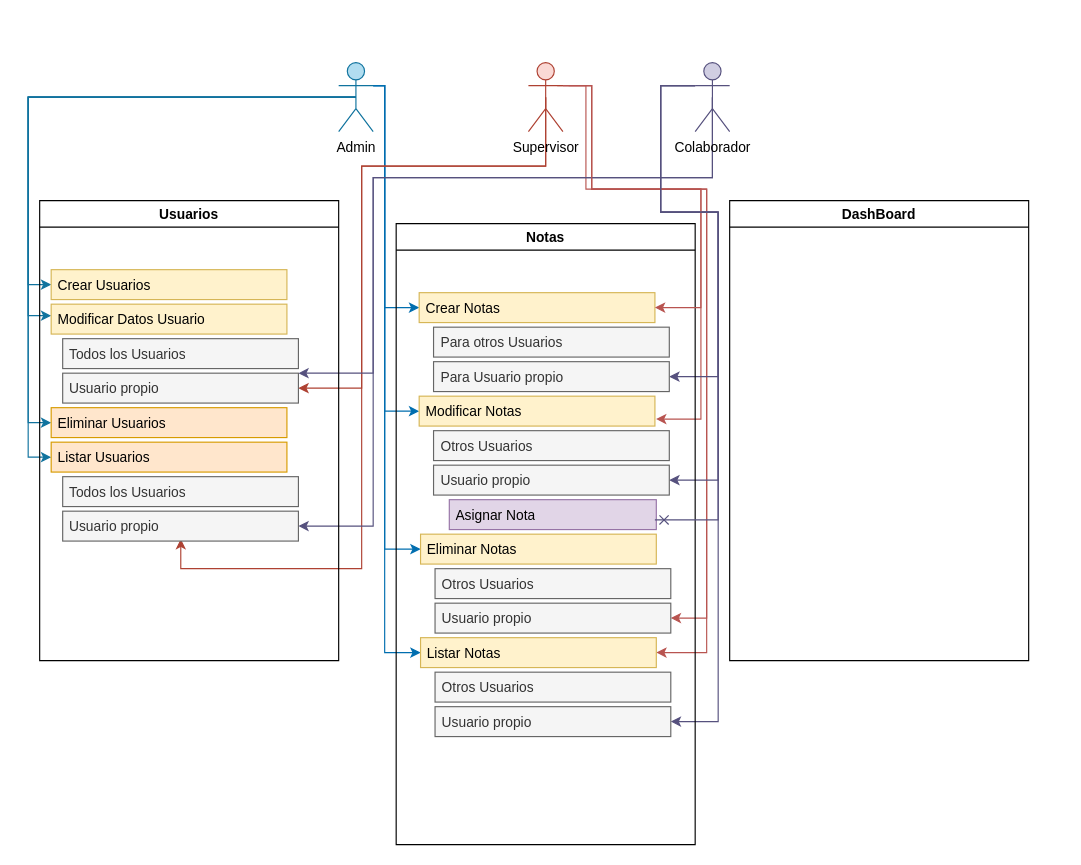
Before: config/todoApp++.drawio in DANIELNAHUN/todo-app-, a draw.io diagram. Source tidied: cells renumbered, new cells numbered last; positions are measured from the earlier drawing's top-left corner, leaving out a move shared by most shapes. Both pictures are drawn from the tidied source at 115%, with x=0, y=0 at pixel (28, 62).
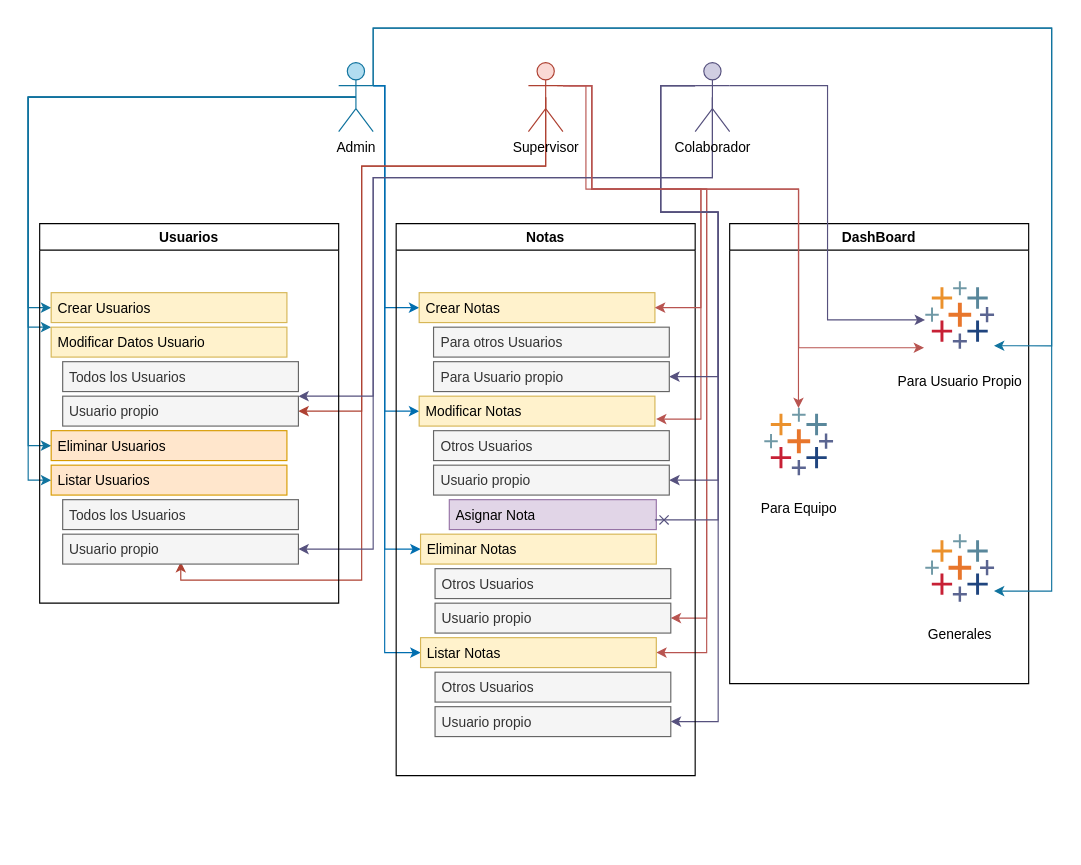
After the change.

Commit message:
Modulo DashBoard todos Usuarios

Unchanged cells that the change refers to:
```xml
<mxCell id="10" value="Admin" style="shape=umlActor;verticalLabelPosition=bottom;verticalAlign=top;html=1;outlineConnect=0;fillColor=#b1ddf0;strokeColor=#10739e;" parent="1" vertex="1">
  <mxGeometry x="270" width="30" height="60" as="geometry" />
</mxCell>
<mxCell id="16" value="Supervisor" style="shape=umlActor;verticalLabelPosition=bottom;verticalAlign=top;html=1;outlineConnect=0;fillColor=#fad9d5;strokeColor=#ae4132;" parent="1" vertex="1">
  <mxGeometry x="435" width="30" height="60" as="geometry" />
</mxCell>
<mxCell id="22" value="Colaborador" style="shape=umlActor;verticalLabelPosition=bottom;verticalAlign=top;html=1;outlineConnect=0;fillColor=#d0cee2;strokeColor=#56517e;" parent="1" vertex="1">
  <mxGeometry x="580" width="30" height="60" as="geometry" />
</mxCell>
<mxCell id="24" value="Crear Usuarios" style="text;strokeColor=#d6b656;fillColor=#fff2cc;align=left;verticalAlign=top;spacingLeft=4;spacingRight=4;overflow=hidden;points=[[0,0.5],[1,0.5]];portConstraint=eastwest;whiteSpace=wrap;html=1;" parent="23" vertex="1">
  <mxGeometry x="10" y="60" width="205" height="26" as="geometry" />
</mxCell>
<mxCell id="25" value="Modificar Datos Usuario" style="text;align=left;verticalAlign=top;spacingLeft=4;spacingRight=4;overflow=hidden;points=[[0,0.5],[1,0.5]];portConstraint=eastwest;whiteSpace=wrap;html=1;fillColor=#fff2cc;strokeColor=#d6b656;" parent="23" vertex="1">
  <mxGeometry x="10" y="90" width="205" height="26" as="geometry" />
</mxCell>
<mxCell id="26" value="Eliminar Usuarios" style="text;strokeColor=#d79b00;fillColor=#ffe6cc;align=left;verticalAlign=top;spacingLeft=4;spacingRight=4;overflow=hidden;points=[[0,0.5],[1,0.5]];portConstraint=eastwest;whiteSpace=wrap;html=1;" parent="23" vertex="1">
  <mxGeometry x="10" y="180" width="205" height="26" as="geometry" />
</mxCell>
<mxCell id="27" value="Listar Usuarios" style="text;strokeColor=#d79b00;fillColor=#ffe6cc;align=left;verticalAlign=top;spacingLeft=4;spacingRight=4;overflow=hidden;points=[[0,0.5],[1,0.5]];portConstraint=eastwest;whiteSpace=wrap;html=1;" parent="23" vertex="1">
  <mxGeometry x="10" y="210" width="205" height="26" as="geometry" />
</mxCell>
<mxCell id="29" value="Usuario propio" style="text;strokeColor=#666666;fillColor=#f5f5f5;align=left;verticalAlign=top;spacingLeft=4;spacingRight=4;overflow=hidden;points=[[0,0.5],[1,0.5]];portConstraint=eastwest;whiteSpace=wrap;html=1;fontColor=#333333;" parent="23" vertex="1">
  <mxGeometry x="20" y="150" width="205" height="26" as="geometry" />
</mxCell>
<mxCell id="31" value="Usuario propio" style="text;strokeColor=#666666;fillColor=#f5f5f5;align=left;verticalAlign=top;spacingLeft=4;spacingRight=4;overflow=hidden;points=[[0,0.5],[1,0.5]];portConstraint=eastwest;whiteSpace=wrap;html=1;fontColor=#333333;" parent="23" vertex="1">
  <mxGeometry x="20" y="270" width="205" height="26" as="geometry" />
</mxCell>
```

Change to the diagram source:
```diff
@@
     <mxCell id="2" style="edgeStyle=orthogonalEdgeStyle;rounded=0;jettySize=auto;html=1;exitX=0.5;exitY=0.5;exitDx=0;exitDy=0;exitPerimeter=0;entryX=0;entryY=0.5;entryDx=0;entryDy=0;fillColor=#b1ddf0;strokeColor=#10739e;" parent="1" edge="1" source="10" target="24">
       <mxGeometry relative="1" as="geometry">
         <Array as="points">
           <mxPoint y="30" />
-          <mxPoint y="193" />
+          <mxPoint y="213" />
         </Array>
       </mxGeometry>
     </mxCell>
     <mxCell id="3" style="edgeStyle=orthogonalEdgeStyle;rounded=0;jettySize=auto;html=1;exitX=0.5;exitY=0.5;exitDx=0;exitDy=0;exitPerimeter=0;fillColor=#b1ddf0;strokeColor=#10739e;" parent="1" edge="1" source="10" target="25">
       <mxGeometry relative="1" as="geometry">
         <Array as="points">
           <mxPoint y="30" />
-          <mxPoint y="220" />
+          <mxPoint y="230" />
         </Array>
       </mxGeometry>
     </mxCell>
     <mxCell id="4" style="edgeStyle=orthogonalEdgeStyle;rounded=0;jettySize=auto;html=1;exitX=0.5;exitY=0.5;exitDx=0;exitDy=0;exitPerimeter=0;entryX=0;entryY=0.5;entryDx=0;entryDy=0;fillColor=#b1ddf0;strokeColor=#10739e;" parent="1" edge="1" source="10" target="26">
       <mxGeometry relative="1" as="geometry">
         <Array as="points">
           <mxPoint y="30" />
-          <mxPoint y="313" />
+          <mxPoint y="333" />
         </Array>
       </mxGeometry>
     </mxCell>
     <mxCell id="5" style="edgeStyle=orthogonalEdgeStyle;rounded=0;jettySize=auto;html=1;exitX=0.5;exitY=0.5;exitDx=0;exitDy=0;exitPerimeter=0;fillColor=#b1ddf0;strokeColor=#10739e;entryX=0;entryY=0.5;entryDx=0;entryDy=0;" parent="1" edge="1" source="10" target="27">
       <mxGeometry relative="1" as="geometry">
         <Array as="points">
           <mxPoint y="30" />
-          <mxPoint y="343" />
+          <mxPoint y="363" />
         </Array>
       </mxGeometry>
     </mxCell>
@@
     <mxCell id="11" style="edgeStyle=orthogonalEdgeStyle;rounded=0;jettySize=auto;html=1;exitX=0.5;exitY=0.5;exitDx=0;exitDy=0;exitPerimeter=0;entryX=1;entryY=0.5;entryDx=0;entryDy=0;fillColor=#fad9d5;strokeColor=#ae4132;" parent="1" edge="1" source="16" target="29">
       <mxGeometry relative="1" as="geometry">
         <Array as="points">
           <mxPoint x="450" y="90" />
           <mxPoint x="290" y="90" />
-          <mxPoint x="290" y="283" />
+          <mxPoint x="290" y="303" />
         </Array>
       </mxGeometry>
     </mxCell>
     <mxCell id="12" style="edgeStyle=orthogonalEdgeStyle;rounded=0;jettySize=auto;html=1;exitX=0.5;exitY=0.5;exitDx=0;exitDy=0;exitPerimeter=0;fillColor=#fad9d5;strokeColor=#ae4132;entryX=0.501;entryY=0.931;entryDx=0;entryDy=0;entryPerimeter=0;" parent="1" edge="1" source="16" target="31">
       <mxGeometry relative="1" as="geometry">
         <Array as="points">
           <mxPoint x="450" y="90" />
           <mxPoint x="290" y="90" />
-          <mxPoint x="290" y="440" />
-          <mxPoint x="133" y="440" />
+          <mxPoint x="290" y="450" />
+          <mxPoint x="133" y="450" />
         </Array>
       </mxGeometry>
     </mxCell>
@@
     <mxCell id="17" style="edgeStyle=orthogonalEdgeStyle;rounded=0;jettySize=auto;html=1;exitX=0.5;exitY=0.5;exitDx=0;exitDy=0;exitPerimeter=0;fillColor=#d0cee2;strokeColor=#56517e;" parent="1" edge="1" source="22" target="29">
       <mxGeometry relative="1" as="geometry">
         <Array as="points">
           <mxPoint x="595" y="100" />
           <mxPoint x="300" y="100" />
-          <mxPoint x="300" y="270" />
+          <mxPoint x="300" y="290" />
         </Array>
       </mxGeometry>
     </mxCell>
     <mxCell id="18" style="edgeStyle=orthogonalEdgeStyle;rounded=0;jettySize=auto;html=1;exitX=0.5;exitY=0.5;exitDx=0;exitDy=0;exitPerimeter=0;entryX=1;entryY=0.5;entryDx=0;entryDy=0;fillColor=#d0cee2;strokeColor=#56517e;" parent="1" edge="1" source="22" target="31">
       <mxGeometry relative="1" as="geometry">
         <Array as="points">
           <mxPoint x="595" y="100" />
           <mxPoint x="300" y="100" />
-          <mxPoint x="300" y="403" />
+          <mxPoint x="300" y="423" />
         </Array>
       </mxGeometry>
     </mxCell>
@@
     <mxCell id="23" value="Usuarios" style="swimlane;" parent="1" vertex="1">
-      <mxGeometry x="10" y="120" width="260" height="400" as="geometry" />
+      <mxGeometry x="10" y="140" width="260" height="330" as="geometry" />
     </mxCell>
@@
     <mxCell id="32" value="Notas" style="swimlane;" parent="1" vertex="1">
-      <mxGeometry x="320" y="140" width="260" height="540" as="geometry" />
+      <mxGeometry x="320" y="140" width="260" height="480" as="geometry" />
     </mxCell>
@@
     <mxCell id="46" value="DashBoard" style="swimlane;" parent="1" vertex="1">
-      <mxGeometry x="610" y="120" width="260" height="400" as="geometry" />
+      <mxGeometry x="610" y="140" width="260" height="400" as="geometry" />
     </mxCell>
+    <mxCell id="49" value="Para Usuario Propio" style="verticalLabelPosition=bottom;html=1;shape=mxgraph.salesforce.analytics;" parent="46" vertex="1">
+      <mxGeometry x="170" y="50" width="60" height="58.8" as="geometry" />
+    </mxCell>
+    <mxCell id="50" value="Para Equipo" style="verticalLabelPosition=bottom;html=1;shape=mxgraph.salesforce.analytics;" parent="46" vertex="1">
+      <mxGeometry x="30" y="160" width="60" height="58.8" as="geometry" />
+    </mxCell>
+    <mxCell id="51" value="Generales" style="verticalLabelPosition=bottom;html=1;shape=mxgraph.salesforce.analytics;" parent="46" vertex="1">
+      <mxGeometry x="170" y="270" width="60" height="58.8" as="geometry" />
+    </mxCell>
@@
+    <mxCell id="52" style="edgeStyle=orthogonalEdgeStyle;rounded=0;jettySize=auto;html=1;exitX=1;exitY=0.3333333333333333;exitDx=0;exitDy=0;exitPerimeter=0;entryX=-0.004;entryY=0.573;entryDx=0;entryDy=0;entryPerimeter=0;fillColor=#d0cee2;strokeColor=#56517e;" parent="1" edge="1" source="22" target="49">
+      <mxGeometry relative="1" as="geometry" />
+    </mxCell>
+    <mxCell id="53" style="edgeStyle=orthogonalEdgeStyle;rounded=0;jettySize=auto;html=1;exitX=1;exitY=0.3333333333333333;exitDx=0;exitDy=0;exitPerimeter=0;entryX=-0.018;entryY=0.984;entryDx=0;entryDy=0;entryPerimeter=0;fillColor=#f8cecc;gradientColor=#ea6b66;strokeColor=#b85450;" parent="1" edge="1" source="16" target="49">
+      <mxGeometry relative="1" as="geometry">
+        <Array as="points">
+          <mxPoint x="490" y="20" />
+          <mxPoint x="490" y="110" />
+          <mxPoint x="670" y="110" />
+          <mxPoint x="670" y="248" />
+        </Array>
+      </mxGeometry>
+    </mxCell>
+    <mxCell id="54" style="edgeStyle=orthogonalEdgeStyle;rounded=0;jettySize=auto;html=1;exitX=1;exitY=0.3333333333333333;exitDx=0;exitDy=0;exitPerimeter=0;entryX=0.497;entryY=0.006;entryDx=0;entryDy=0;entryPerimeter=0;fillColor=#f8cecc;gradientColor=#ea6b66;strokeColor=#b85450;" parent="1" edge="1" source="16" target="50">
+      <mxGeometry relative="1" as="geometry">
+        <Array as="points">
+          <mxPoint x="490" y="20" />
+          <mxPoint x="490" y="110" />
+          <mxPoint x="670" y="110" />
+        </Array>
+      </mxGeometry>
+    </mxCell>
+    <mxCell id="55" style="edgeStyle=orthogonalEdgeStyle;rounded=0;jettySize=auto;html=1;exitX=1;exitY=0.3333333333333333;exitDx=0;exitDy=0;exitPerimeter=0;entryX=0.999;entryY=0.955;entryDx=0;entryDy=0;entryPerimeter=0;fillColor=#b1ddf0;strokeColor=#10739e;" parent="1" edge="1" source="10" target="49">
+      <mxGeometry relative="1" as="geometry">
+        <Array as="points">
+          <mxPoint x="300" y="-30" />
+          <mxPoint x="890" y="-30" />
+          <mxPoint x="890" y="246" />
+        </Array>
+      </mxGeometry>
+    </mxCell>
+    <mxCell id="56" style="edgeStyle=orthogonalEdgeStyle;rounded=0;jettySize=auto;html=1;exitX=1;exitY=0.3333333333333333;exitDx=0;exitDy=0;exitPerimeter=0;entryX=0.999;entryY=0.842;entryDx=0;entryDy=0;entryPerimeter=0;fillColor=#b1ddf0;strokeColor=#10739e;" parent="1" edge="1" source="10" target="51">
+      <mxGeometry relative="1" as="geometry">
+        <Array as="points">
+          <mxPoint x="300" y="-30" />
+          <mxPoint x="890" y="-30" />
+          <mxPoint x="890" y="460" />
+        </Array>
+      </mxGeometry>
+    </mxCell>
```
